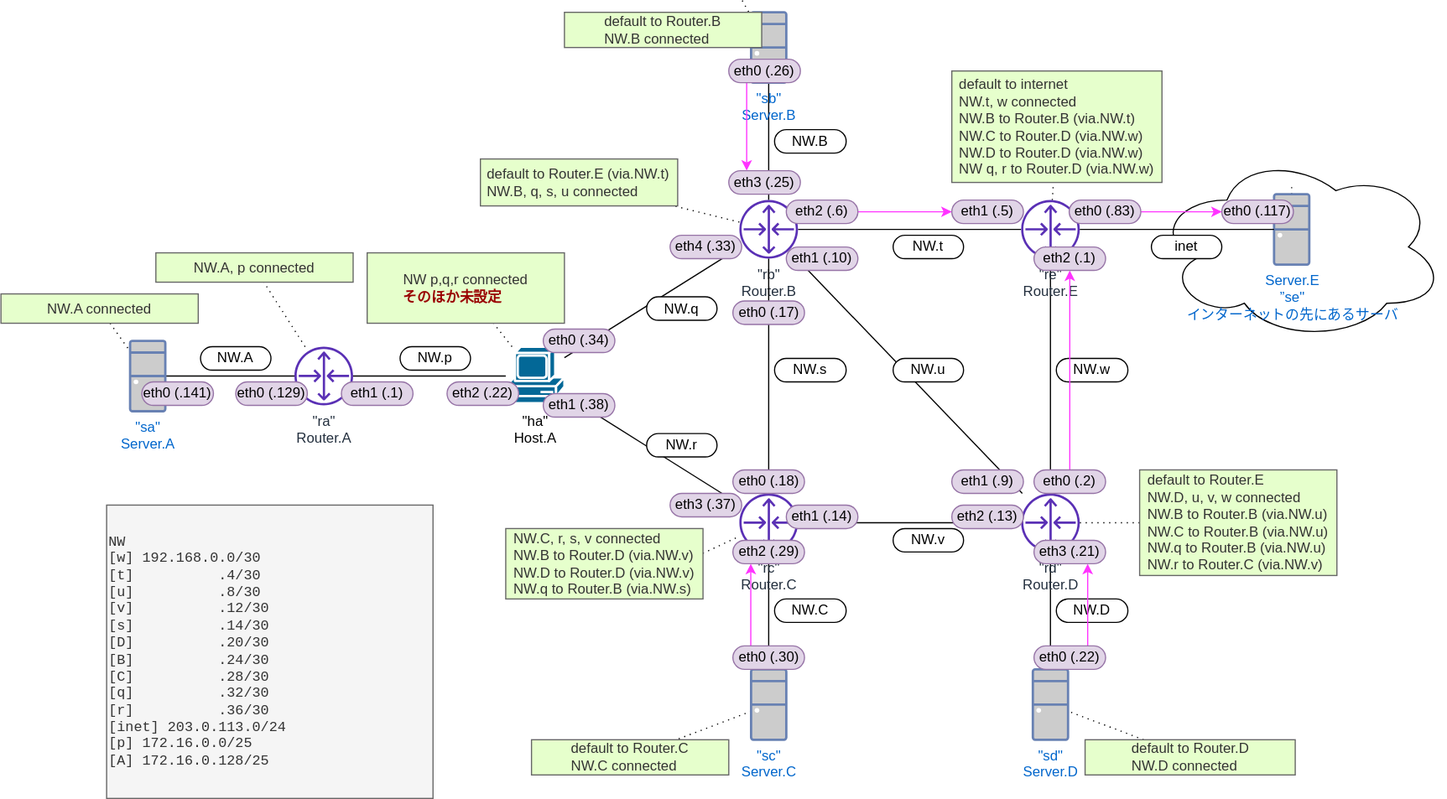
This is exercise_docs/l3nw2/topology.drawio.svg from infra-handson/network-training, a draw.io export, as it was before one commit. Source tidied: cells renumbered, new cells last; positions are measured from the earlier drawing's top-left corner, leaving out a move shared by most shapes.
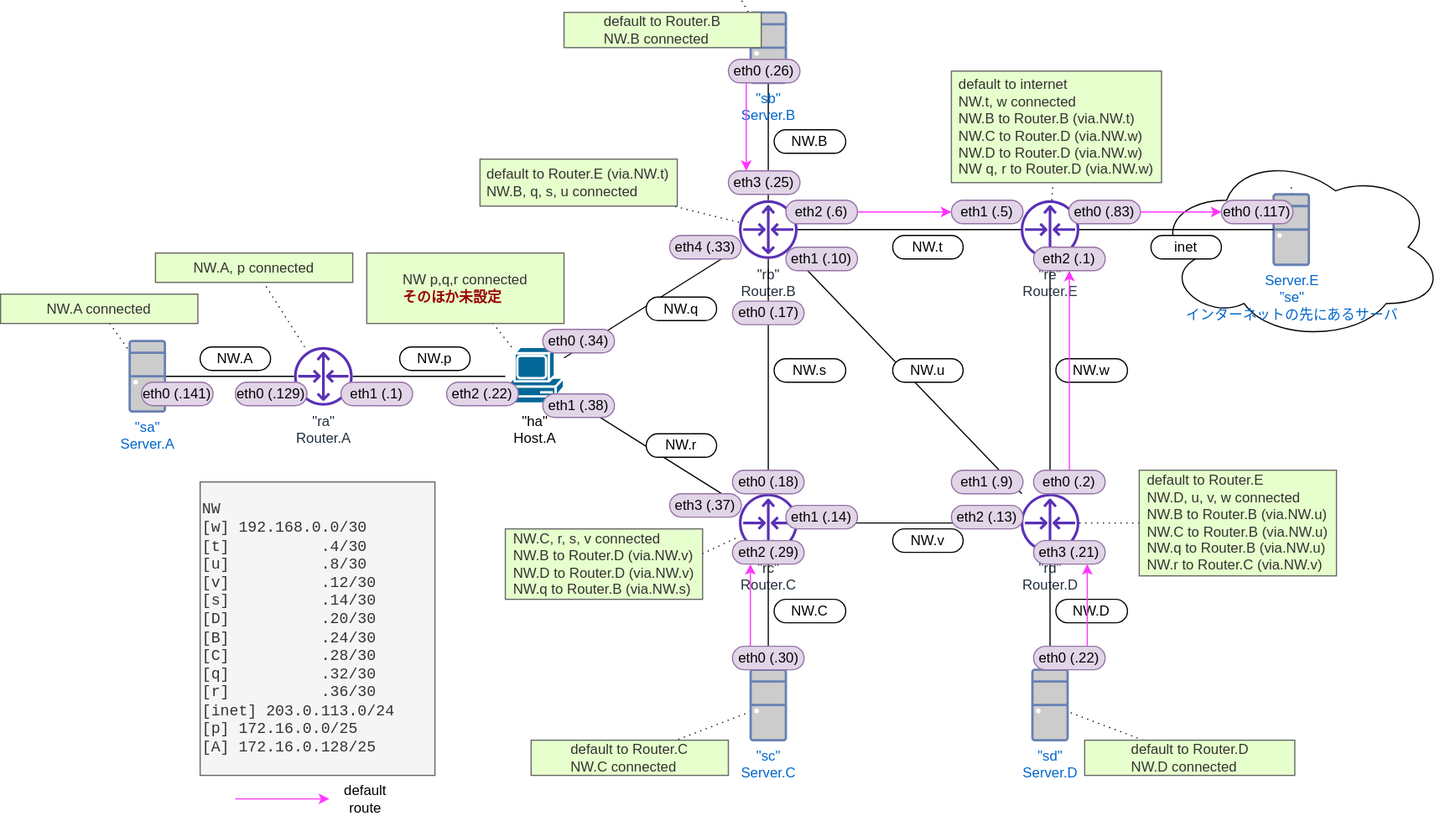
After the commit.

Change to the diagram source:
```diff
@@ -189,8 +189,8 @@
     <mxCell id="62" value="eth2 (.22)" style="rounded=1;whiteSpace=wrap;html=1;fillColor=#e1d5e7;strokeColor=#9673a6;arcSize=50;" parent="1" vertex="1">
       <mxGeometry x="380" y="325" width="61" height="20" as="geometry" />
     </mxCell>
-    <mxCell id="63" value="&lt;div&gt;NW&lt;/div&gt;&lt;div&gt;[w] 192.168.0.0/30&lt;/div&gt;&lt;div&gt;[t]&amp;nbsp; &amp;nbsp; &amp;nbsp; &amp;nbsp; &amp;nbsp; .4/30&lt;/div&gt;&lt;div&gt;[u]&amp;nbsp; &amp;nbsp; &amp;nbsp; &amp;nbsp; &amp;nbsp; .8/30&lt;/div&gt;&lt;div&gt;[v]&amp;nbsp; &amp;nbsp; &amp;nbsp; &amp;nbsp; &amp;nbsp; .12/30&lt;/div&gt;&lt;div&gt;[s]&amp;nbsp; &amp;nbsp; &amp;nbsp; &amp;nbsp; &amp;nbsp; .14/30&lt;/div&gt;&lt;div&gt;[D]&amp;nbsp; &amp;nbsp; &amp;nbsp; &amp;nbsp; &amp;nbsp; .20/30&lt;/div&gt;&lt;div&gt;[B]&amp;nbsp; &amp;nbsp; &amp;nbsp; &amp;nbsp; &amp;nbsp; .24/30&lt;/div&gt;&lt;div&gt;&lt;div&gt;[C]&amp;nbsp; &amp;nbsp; &amp;nbsp; &amp;nbsp; &amp;nbsp; .28/30&lt;/div&gt;&lt;div&gt;&lt;div&gt;[q]&amp;nbsp; &amp;nbsp; &amp;nbsp; &amp;nbsp; &amp;nbsp; .32/30&lt;/div&gt;&lt;div&gt;&lt;div&gt;[r]&amp;nbsp; &amp;nbsp; &amp;nbsp; &amp;nbsp; &amp;nbsp; .36/30&lt;/div&gt;&lt;div&gt;[inet] 203.0.113.0/24&lt;/div&gt;&lt;/div&gt;&lt;/div&gt;&lt;/div&gt;&lt;div&gt;[p] 172.16.0.0/25&lt;/div&gt;&lt;div&gt;[A] 172.16.0.128/25&lt;/div&gt;" style="text;html=1;align=left;verticalAlign=middle;whiteSpace=wrap;rounded=0;fontFamily=Courier New;fillColor=#f5f5f5;strokeColor=#666666;fontColor=#333333;" parent="1" vertex="1">
-      <mxGeometry x="90" y="430" width="278.1" height="250" as="geometry" />
+    <mxCell id="63" value="&lt;div style=&quot;font-size: 13px;&quot;&gt;NW&lt;/div&gt;&lt;div style=&quot;font-size: 13px;&quot;&gt;[w] 192.168.0.0/30&lt;/div&gt;&lt;div style=&quot;font-size: 13px;&quot;&gt;[t]&amp;nbsp; &amp;nbsp; &amp;nbsp; &amp;nbsp; &amp;nbsp; .4/30&lt;/div&gt;&lt;div style=&quot;font-size: 13px;&quot;&gt;[u]&amp;nbsp; &amp;nbsp; &amp;nbsp; &amp;nbsp; &amp;nbsp; .8/30&lt;/div&gt;&lt;div style=&quot;font-size: 13px;&quot;&gt;[v]&amp;nbsp; &amp;nbsp; &amp;nbsp; &amp;nbsp; &amp;nbsp; .12/30&lt;/div&gt;&lt;div style=&quot;font-size: 13px;&quot;&gt;[s]&amp;nbsp; &amp;nbsp; &amp;nbsp; &amp;nbsp; &amp;nbsp; .14/30&lt;/div&gt;&lt;div style=&quot;font-size: 13px;&quot;&gt;[D]&amp;nbsp; &amp;nbsp; &amp;nbsp; &amp;nbsp; &amp;nbsp; .20/30&lt;/div&gt;&lt;div style=&quot;font-size: 13px;&quot;&gt;[B]&amp;nbsp; &amp;nbsp; &amp;nbsp; &amp;nbsp; &amp;nbsp; .24/30&lt;/div&gt;&lt;div style=&quot;font-size: 13px;&quot;&gt;&lt;div style=&quot;font-size: 13px;&quot;&gt;[C]&amp;nbsp; &amp;nbsp; &amp;nbsp; &amp;nbsp; &amp;nbsp; .28/30&lt;/div&gt;&lt;div style=&quot;font-size: 13px;&quot;&gt;&lt;div style=&quot;font-size: 13px;&quot;&gt;[q]&amp;nbsp; &amp;nbsp; &amp;nbsp; &amp;nbsp; &amp;nbsp; .32/30&lt;/div&gt;&lt;div style=&quot;font-size: 13px;&quot;&gt;&lt;div style=&quot;font-size: 13px;&quot;&gt;[r]&amp;nbsp; &amp;nbsp; &amp;nbsp; &amp;nbsp; &amp;nbsp; .36/30&lt;/div&gt;&lt;div style=&quot;font-size: 13px;&quot;&gt;[inet] 203.0.113.0/24&lt;/div&gt;&lt;/div&gt;&lt;/div&gt;&lt;/div&gt;&lt;div style=&quot;font-size: 13px;&quot;&gt;[p] 172.16.0.0/25&lt;/div&gt;&lt;div style=&quot;font-size: 13px;&quot;&gt;[A] 172.16.0.128/25&lt;/div&gt;" style="text;html=1;align=left;verticalAlign=middle;whiteSpace=wrap;rounded=0;fontFamily=Courier New;fillColor=#f5f5f5;strokeColor=#666666;fontColor=#333333;fontSize=13;" parent="1" vertex="1">
+      <mxGeometry x="170" y="410" width="200" height="250" as="geometry" />
     </mxCell>
     <mxCell id="64" value="eth0 (.34)" style="rounded=1;whiteSpace=wrap;html=1;fillColor=#e1d5e7;strokeColor=#9673a6;arcSize=50;" parent="1" vertex="1">
       <mxGeometry x="461.9" y="280" width="61" height="20" as="geometry" />
@@ -282,5 +282,14 @@
     <mxCell id="93" style="edgeStyle=none;rounded=0;jettySize=auto;html=1;endArrow=none;endFill=0;" parent="1" edge="1" source="33" target="31">
       <mxGeometry relative="1" as="geometry" />
     </mxCell>
+    <mxCell id="94" style="rounded=0;orthogonalLoop=1;jettySize=auto;html=1;strokeColor=#FF33FF;fontFamily=Courier New;" parent="1" edge="1">
+      <mxGeometry relative="1" as="geometry">
+        <mxPoint x="200" y="680" as="sourcePoint" />
+        <mxPoint x="280" y="680" as="targetPoint" />
+      </mxGeometry>
+    </mxCell>
+    <mxCell id="95" value="default&lt;br&gt;route" style="text;html=1;strokeColor=none;fillColor=none;align=center;verticalAlign=middle;whiteSpace=wrap;rounded=0;" parent="1" vertex="1">
+      <mxGeometry x="291" y="670" width="40" height="20" as="geometry" />
+    </mxCell>
   </root>
 </mxGraphModel>
```
